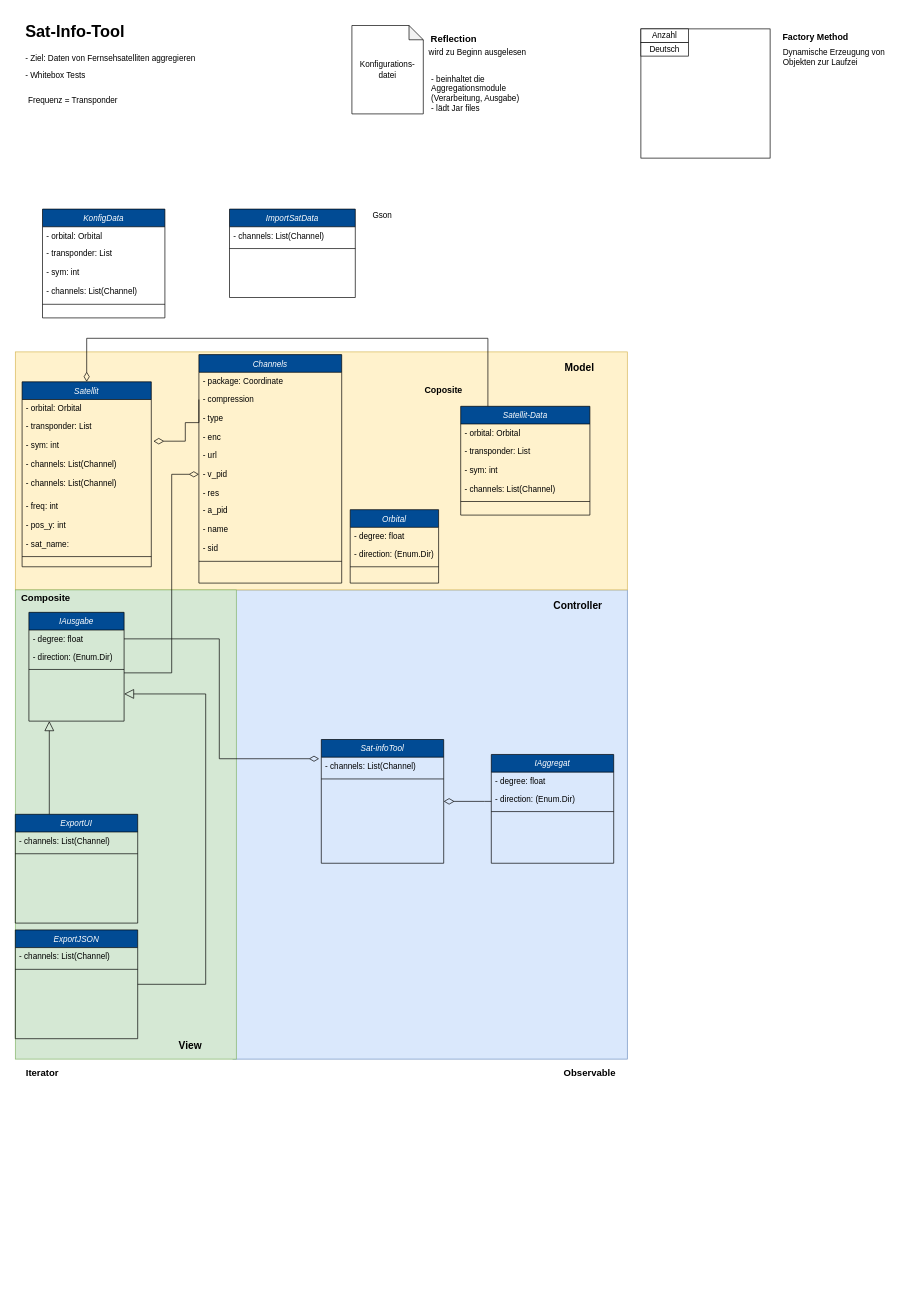
Before: Sat-Info-Tool.drawio in AndelasOne/Sat-Info-Tool, a draw.io diagram. Source tidied: cells renumbered, new cells numbered last; positions are measured from the earlier drawing's top-left corner, leaving out a move shared by most shapes. Both pictures are drawn from the tidied source at 68%, with x=0, y=0 at pixel (12, 18).
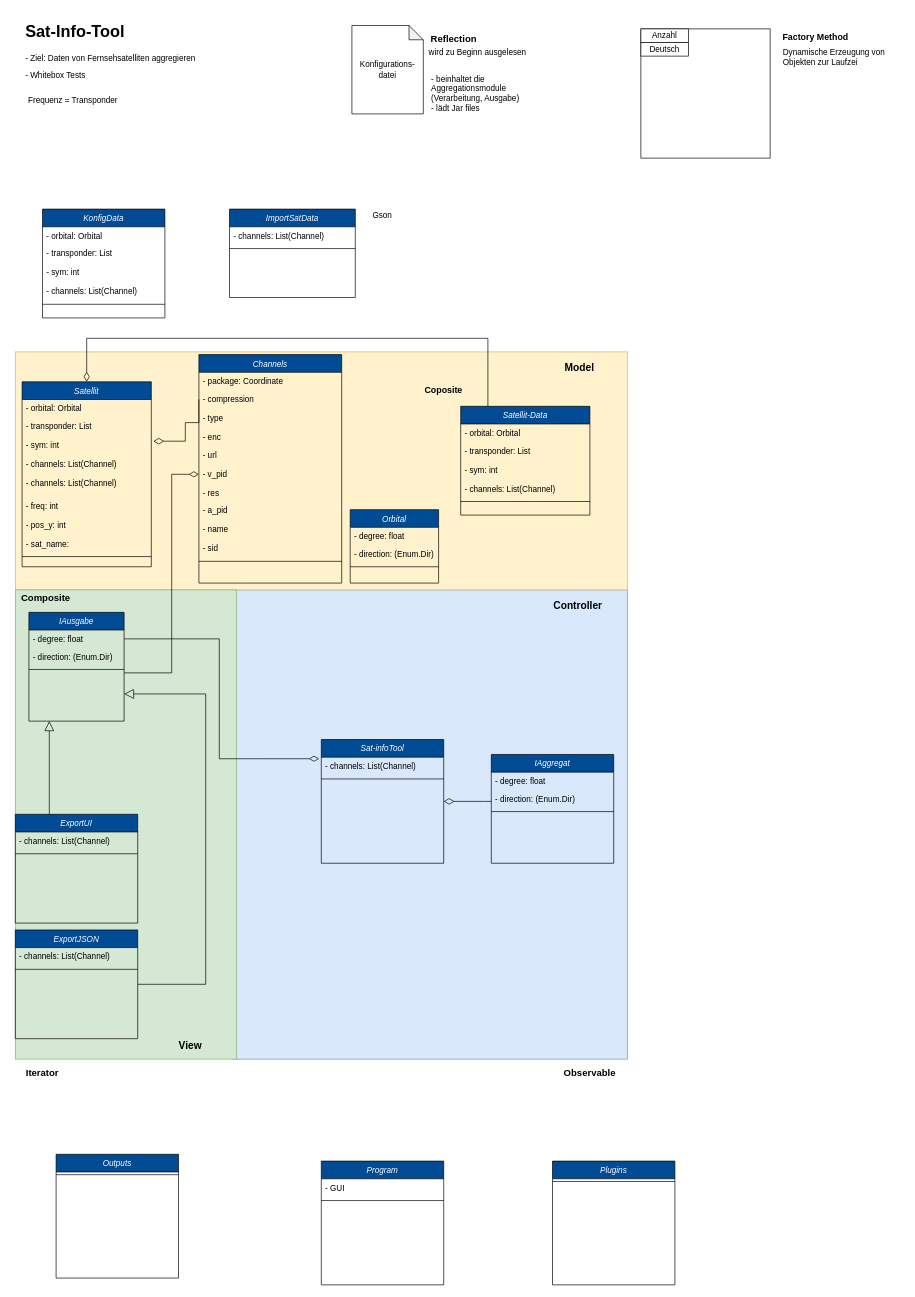
After the change.

The edit, as a diff of the source:
```diff
@@
+    <mxCell id="89" value="Program" style="swimlane;fontStyle=2;align=center;verticalAlign=top;horizontal=1;startSize=26;rounded=0;shadow=0;strokeWidth=1;fillColor=#014B94;fontColor=#FFFFFF;" parent="1" vertex="1">
+      <mxGeometry x="455" y="1680" width="180" height="182" as="geometry" />
+    </mxCell>
+    <mxCell id="90" value="- GUI" style="text;align=left;verticalAlign=top;spacingLeft=4;spacingRight=4;overflow=hidden;rounded=0;shadow=0;html=0;" parent="89" vertex="1">
+      <mxGeometry y="26" width="180" height="28" as="geometry" />
+    </mxCell>
+    <mxCell id="91" style="line;html=1;strokeWidth=1;align=left;verticalAlign=middle;spacingTop=-1;spacingLeft=3;spacingRight=3;labelPosition=right;" parent="89" vertex="1">
+      <mxGeometry y="54" width="180" height="8" as="geometry" />
+    </mxCell>
+    <mxCell id="92" value="Plugins" style="swimlane;fontStyle=2;align=center;verticalAlign=top;horizontal=1;startSize=26;rounded=0;shadow=0;strokeWidth=1;fillColor=#014B94;fontColor=#FFFFFF;" parent="1" vertex="1">
+      <mxGeometry x="795" y="1680" width="180" height="182" as="geometry" />
+    </mxCell>
+    <mxCell id="93" style="line;html=1;strokeWidth=1;align=left;verticalAlign=middle;spacingTop=-1;spacingLeft=3;spacingRight=3;labelPosition=right;" parent="92" vertex="1">
+      <mxGeometry y="26" width="180" height="8" as="geometry" />
+    </mxCell>
+    <mxCell id="94" value="Outputs" style="swimlane;fontStyle=2;align=center;verticalAlign=top;horizontal=1;startSize=26;rounded=0;shadow=0;strokeWidth=1;fillColor=#014B94;fontColor=#FFFFFF;" parent="1" vertex="1">
+      <mxGeometry x="65" y="1670" width="180" height="182" as="geometry" />
+    </mxCell>
+    <mxCell id="95" style="line;html=1;strokeWidth=1;align=left;verticalAlign=middle;spacingTop=-1;spacingLeft=3;spacingRight=3;labelPosition=right;" parent="94" vertex="1">
+      <mxGeometry y="26" width="180" height="8" as="geometry" />
+    </mxCell>
```
